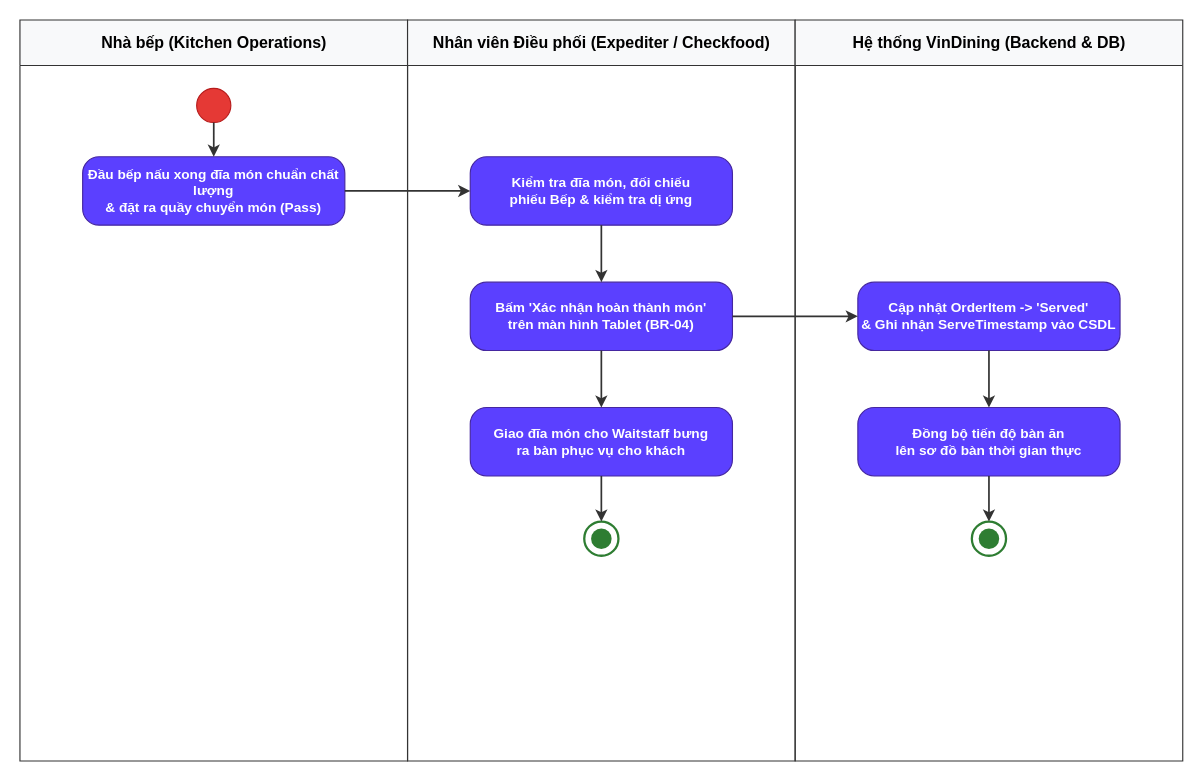
This is docs/phase1/drawio/ad03_serving_confirmation.drawio from AndrewQng/VinDining, a draw.io file, before an edit. Source tidied: cells renumbered, new cells numbered last; positions are measured from the earlier drawing's top-left corner, leaving out a move shared by most shapes. Both pictures are drawn from the tidied source at 114%, with x=0, y=0 at pixel (19, 19).
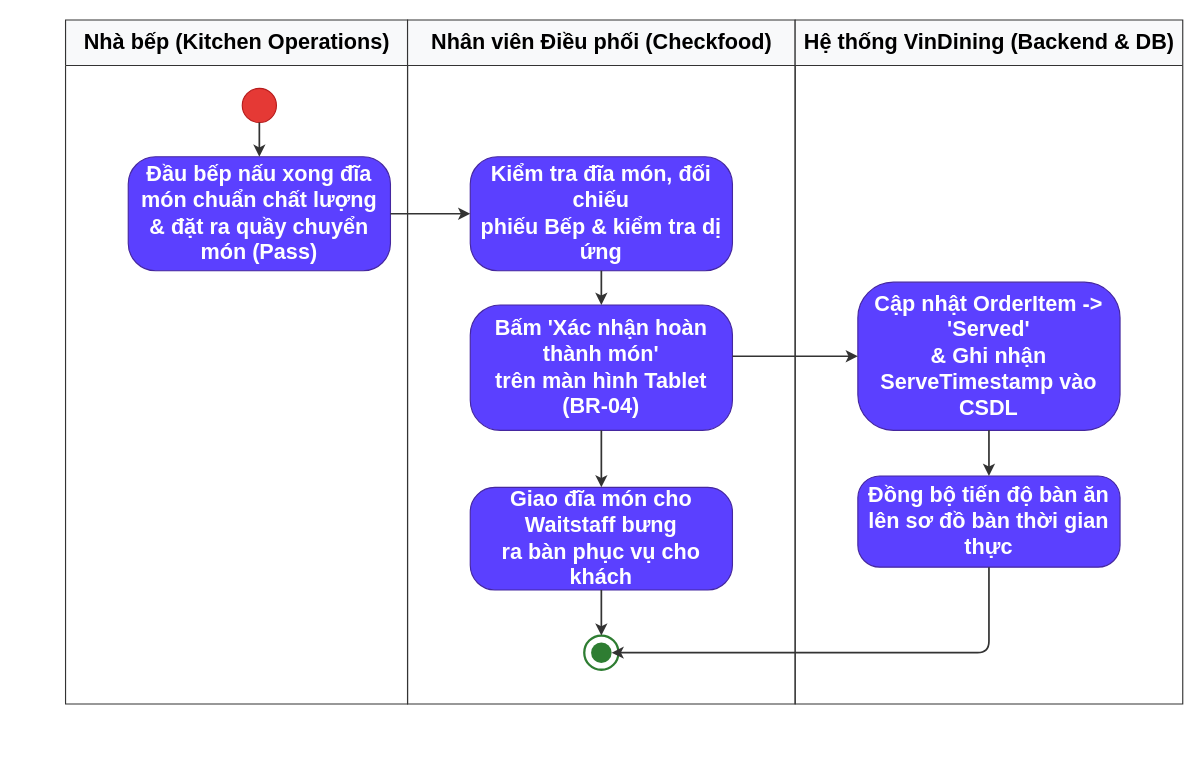
Above is the later version.

Change to the diagram source:
```diff
@@
-    <mxCell id="2" value="Nhà bếp (Kitchen Operations)" style="swimlane;html=1;startSize=40;horizontal=1;fontStyle=1;fontSize=14;align=center;verticalAlign=middle;fillColor=#f8f9fa;strokeColor=#333333;swimlaneLine=1;" parent="1" vertex="1">
-      <mxGeometry width="340" height="650" as="geometry" />
+    <mxCell id="2" value="Nhà bếp (Kitchen Operations)" style="swimlane;html=1;startSize=40;horizontal=1;fontStyle=1;fontSize=19;align=center;verticalAlign=middle;fillColor=#f8f9fa;strokeColor=#333333;swimlaneLine=1;" parent="1" vertex="1">
+      <mxGeometry x="40" width="300" height="600" as="geometry" />
     </mxCell>
-    <mxCell id="3" value="Nhân viên Điều phối (Expediter / Checkfood)" style="swimlane;html=1;startSize=40;horizontal=1;fontStyle=1;fontSize=14;align=center;verticalAlign=middle;fillColor=#f8f9fa;strokeColor=#333333;swimlaneLine=1;" parent="1" vertex="1">
-      <mxGeometry x="340" width="340" height="650" as="geometry" />
-    </mxCell>
-    <mxCell id="4" value="Hệ thống VinDining (Backend &amp; DB)" style="swimlane;html=1;startSize=40;horizontal=1;fontStyle=1;fontSize=14;align=center;verticalAlign=middle;fillColor=#f8f9fa;strokeColor=#333333;swimlaneLine=1;" parent="1" vertex="1">
-      <mxGeometry x="680" width="340" height="650" as="geometry" />
-    </mxCell>
-    <mxCell id="5" style="ellipse;whiteSpace=wrap;html=1;fillColor=#e53935;strokeColor=#b71c1c;" parent="2" vertex="1">
+    <mxCell id="5" style="ellipse;whiteSpace=wrap;html=1;fillColor=#e53935;strokeColor=#b71c1c;fontSize=19;" parent="2" vertex="1">
       <mxGeometry x="155" y="60" width="30" height="30" as="geometry" />
     </mxCell>
-    <mxCell id="6" value="Đầu bếp nấu xong đĩa món chuẩn chất lượng&#10;&amp; đặt ra quầy chuyển món (Pass)" style="rounded=1;arcSize=24;whiteSpace=wrap;html=1;fillColor=#5b40ff;strokeColor=#4527a0;fontColor=#ffffff;fontStyle=1;fontSize=12;align=center;verticalAlign=middle;" parent="2" vertex="1">
-      <mxGeometry x="55" y="120" width="230" height="60" as="geometry" />
+    <mxCell id="6" value="Đầu bếp nấu xong đĩa món chuẩn chất lượng&#10;&amp;amp; đặt ra quầy chuyển món (Pass)" style="rounded=1;arcSize=24;whiteSpace=wrap;html=1;fillColor=#5b40ff;strokeColor=#4527a0;fontColor=#ffffff;fontStyle=1;fontSize=19;align=center;verticalAlign=middle;" parent="2" vertex="1">
+      <mxGeometry x="55" y="120" width="230" height="100" as="geometry" />
     </mxCell>
+    <mxCell id="3" value="Nhân viên Điều phối (Checkfood)" style="swimlane;html=1;startSize=40;horizontal=1;fontStyle=1;fontSize=19;align=center;verticalAlign=middle;fillColor=#f8f9fa;strokeColor=#333333;swimlaneLine=1;" parent="1" vertex="1">
+      <mxGeometry x="340" width="340" height="600" as="geometry" />
+    </mxCell>
-    <mxCell id="7" value="Kiểm tra đĩa món, đối chiếu&#10;phiếu Bếp &amp; kiểm tra dị ứng" style="rounded=1;arcSize=24;whiteSpace=wrap;html=1;fillColor=#5b40ff;strokeColor=#4527a0;fontColor=#ffffff;fontStyle=1;fontSize=12;align=center;verticalAlign=middle;" parent="3" vertex="1">
-      <mxGeometry x="55" y="120" width="230" height="60" as="geometry" />
+    <mxCell id="7" value="Kiểm tra đĩa món, đối chiếu&#10;phiếu Bếp &amp;amp; kiểm tra dị ứng" style="rounded=1;arcSize=24;whiteSpace=wrap;html=1;fillColor=#5b40ff;strokeColor=#4527a0;fontColor=#ffffff;fontStyle=1;fontSize=19;align=center;verticalAlign=middle;" parent="3" vertex="1">
+      <mxGeometry x="55" y="120" width="230" height="100" as="geometry" />
     </mxCell>
-    <mxCell id="8" value="Bấm 'Xác nhận hoàn thành món'&#10;trên màn hình Tablet (BR-04)" style="rounded=1;arcSize=24;whiteSpace=wrap;html=1;fillColor=#5b40ff;strokeColor=#4527a0;fontColor=#ffffff;fontStyle=1;fontSize=12;align=center;verticalAlign=middle;" parent="3" vertex="1">
-      <mxGeometry x="55" y="230" width="230" height="60" as="geometry" />
+    <mxCell id="8" value="Bấm 'Xác nhận hoàn thành món'&#10;trên màn hình Tablet (BR-04)" style="rounded=1;arcSize=24;whiteSpace=wrap;html=1;fillColor=#5b40ff;strokeColor=#4527a0;fontColor=#ffffff;fontStyle=1;fontSize=19;align=center;verticalAlign=middle;" parent="3" vertex="1">
+      <mxGeometry x="55" y="250" width="230" height="110" as="geometry" />
     </mxCell>
-    <mxCell id="9" value="Giao đĩa món cho Waitstaff bưng&#10;ra bàn phục vụ cho khách" style="rounded=1;arcSize=24;whiteSpace=wrap;html=1;fillColor=#5b40ff;strokeColor=#4527a0;fontColor=#ffffff;fontStyle=1;fontSize=12;align=center;verticalAlign=middle;" parent="3" vertex="1">
-      <mxGeometry x="55" y="340" width="230" height="60" as="geometry" />
+    <mxCell id="9" value="Giao đĩa món cho Waitstaff bưng&#10;ra bàn phục vụ cho khách" style="rounded=1;arcSize=24;whiteSpace=wrap;html=1;fillColor=#5b40ff;strokeColor=#4527a0;fontColor=#ffffff;fontStyle=1;fontSize=19;align=center;verticalAlign=middle;" parent="3" vertex="1">
+      <mxGeometry x="55" y="410" width="230" height="90" as="geometry" />
     </mxCell>
-    <mxCell id="10" style="ellipse;whiteSpace=wrap;html=1;fillColor=#ffffff;strokeColor=#2e7d32;strokeWidth=2;" parent="3" vertex="1">
-      <mxGeometry x="155" y="440" width="30" height="30" as="geometry" />
+    <mxCell id="10" style="ellipse;whiteSpace=wrap;html=1;fillColor=#ffffff;strokeColor=#2e7d32;strokeWidth=2;fontSize=19;" parent="3" vertex="1">
+      <mxGeometry x="155" y="540" width="30" height="30" as="geometry" />
     </mxCell>
-    <mxCell id="11" style="ellipse;whiteSpace=wrap;html=1;fillColor=#2e7d32;strokeColor=none;" parent="3" vertex="1">
-      <mxGeometry x="161" y="446" width="18" height="18" as="geometry" />
+    <mxCell id="11" style="ellipse;whiteSpace=wrap;html=1;fillColor=#2e7d32;strokeColor=none;fontSize=19;" parent="3" vertex="1">
+      <mxGeometry x="161" y="546" width="18" height="18" as="geometry" />
     </mxCell>
+    <mxCell id="22" style="edgeStyle=orthogonalEdgeStyle;rounded=1;jettySize=auto;html=1;strokeColor=#333333;strokeWidth=1.5;fontSize=19;fontColor=#333333;" parent="3" edge="1" source="8" target="9">
+      <mxGeometry relative="1" as="geometry" />
+    </mxCell>
+    <mxCell id="23" style="edgeStyle=orthogonalEdgeStyle;rounded=1;jettySize=auto;html=1;strokeColor=#333333;strokeWidth=1.5;fontSize=19;fontColor=#333333;" parent="3" edge="1" source="9" target="10">
+      <mxGeometry relative="1" as="geometry" />
+    </mxCell>
+    <mxCell id="4" value="Hệ thống VinDining (Backend &amp;amp; DB)" style="swimlane;html=1;startSize=40;horizontal=1;fontStyle=1;fontSize=19;align=center;verticalAlign=middle;fillColor=#f8f9fa;strokeColor=#333333;swimlaneLine=1;" parent="1" vertex="1">
+      <mxGeometry x="680" width="340" height="600" as="geometry" />
+    </mxCell>
-    <mxCell id="12" value="Cập nhật OrderItem -&gt; 'Served'&#10;&amp; Ghi nhận ServeTimestamp vào CSDL" style="rounded=1;arcSize=24;whiteSpace=wrap;html=1;fillColor=#5b40ff;strokeColor=#4527a0;fontColor=#ffffff;fontStyle=1;fontSize=12;align=center;verticalAlign=middle;" parent="4" vertex="1">
-      <mxGeometry x="55" y="230" width="230" height="60" as="geometry" />
+    <mxCell id="12" value="Cập nhật OrderItem -&amp;gt; 'Served'&#10;&amp;amp; Ghi nhận ServeTimestamp vào CSDL" style="rounded=1;arcSize=24;whiteSpace=wrap;html=1;fillColor=#5b40ff;strokeColor=#4527a0;fontColor=#ffffff;fontStyle=1;fontSize=19;align=center;verticalAlign=middle;" parent="4" vertex="1">
+      <mxGeometry x="55" y="230" width="230" height="130" as="geometry" />
     </mxCell>
-    <mxCell id="13" value="Đồng bộ tiến độ bàn ăn&#10;lên sơ đồ bàn thời gian thực" style="rounded=1;arcSize=24;whiteSpace=wrap;html=1;fillColor=#5b40ff;strokeColor=#4527a0;fontColor=#ffffff;fontStyle=1;fontSize=12;align=center;verticalAlign=middle;" parent="4" vertex="1">
-      <mxGeometry x="55" y="340" width="230" height="60" as="geometry" />
+    <mxCell id="13" value="Đồng bộ tiến độ bàn ăn&#10;lên sơ đồ bàn thời gian thực" style="rounded=1;arcSize=24;whiteSpace=wrap;html=1;fillColor=#5b40ff;strokeColor=#4527a0;fontColor=#ffffff;fontStyle=1;fontSize=19;align=center;verticalAlign=middle;" parent="4" vertex="1">
+      <mxGeometry x="55" y="400" width="230" height="80" as="geometry" />
     </mxCell>
-    <mxCell id="14" style="ellipse;whiteSpace=wrap;html=1;fillColor=#ffffff;strokeColor=#2e7d32;strokeWidth=2;" parent="4" vertex="1">
-      <mxGeometry x="155" y="440" width="30" height="30" as="geometry" />
-    </mxCell>
-    <mxCell id="15" style="ellipse;whiteSpace=wrap;html=1;fillColor=#2e7d32;strokeColor=none;" parent="4" vertex="1">
-      <mxGeometry x="161" y="446" width="18" height="18" as="geometry" />
-    </mxCell>
-    <mxCell id="16" style="edgeStyle=orthogonalEdgeStyle;rounded=1;jettySize=auto;html=1;strokeColor=#333333;strokeWidth=1.5;fontSize=11;fontColor=#333333;" parent="1" edge="1" source="5" target="6">
+    <mxCell id="16" style="edgeStyle=orthogonalEdgeStyle;rounded=1;jettySize=auto;html=1;strokeColor=#333333;strokeWidth=1.5;fontSize=19;fontColor=#333333;" parent="1" edge="1" source="5" target="6">
       <mxGeometry relative="1" as="geometry" />
     </mxCell>
-    <mxCell id="17" style="edgeStyle=orthogonalEdgeStyle;rounded=1;jettySize=auto;html=1;strokeColor=#333333;strokeWidth=1.5;fontSize=11;fontColor=#333333;" parent="1" edge="1" source="6" target="7">
+    <mxCell id="17" style="edgeStyle=orthogonalEdgeStyle;rounded=1;jettySize=auto;html=1;strokeColor=#333333;strokeWidth=1.5;fontSize=19;fontColor=#333333;" parent="1" edge="1" source="6" target="7">
       <mxGeometry relative="1" as="geometry" />
     </mxCell>
-    <mxCell id="18" style="edgeStyle=orthogonalEdgeStyle;rounded=1;jettySize=auto;html=1;strokeColor=#333333;strokeWidth=1.5;fontSize=11;fontColor=#333333;" parent="1" edge="1" source="7" target="8">
+    <mxCell id="18" style="edgeStyle=orthogonalEdgeStyle;rounded=1;jettySize=auto;html=1;strokeColor=#333333;strokeWidth=1.5;fontSize=19;fontColor=#333333;" parent="1" edge="1" source="7" target="8">
       <mxGeometry relative="1" as="geometry" />
     </mxCell>
-    <mxCell id="19" style="edgeStyle=orthogonalEdgeStyle;rounded=1;jettySize=auto;html=1;strokeColor=#333333;strokeWidth=1.5;fontSize=11;fontColor=#333333;" parent="1" edge="1" source="8" target="12">
-      <mxGeometry relative="1" as="geometry" />
+    <mxCell id="19" style="edgeStyle=orthogonalEdgeStyle;rounded=1;jettySize=auto;html=1;strokeColor=#333333;strokeWidth=1.5;fontSize=19;fontColor=#333333;" parent="1" edge="1" source="8" target="12">
+      <mxGeometry relative="1" as="geometry">
+        <Array as="points">
+          <mxPoint x="660" y="295" />
+          <mxPoint x="660" y="295" />
+        </Array>
+      </mxGeometry>
     </mxCell>
-    <mxCell id="20" style="edgeStyle=orthogonalEdgeStyle;rounded=1;jettySize=auto;html=1;strokeColor=#333333;strokeWidth=1.5;fontSize=11;fontColor=#333333;" parent="1" edge="1" source="12" target="13">
+    <mxCell id="20" style="edgeStyle=orthogonalEdgeStyle;rounded=1;jettySize=auto;html=1;strokeColor=#333333;strokeWidth=1.5;fontSize=19;fontColor=#333333;" parent="1" edge="1" source="12" target="13">
       <mxGeometry relative="1" as="geometry" />
     </mxCell>
-    <mxCell id="21" style="edgeStyle=orthogonalEdgeStyle;rounded=1;jettySize=auto;html=1;strokeColor=#333333;strokeWidth=1.5;fontSize=11;fontColor=#333333;" parent="1" edge="1" source="13" target="14">
-      <mxGeometry relative="1" as="geometry" />
+    <mxCell id="21" style="edgeStyle=orthogonalEdgeStyle;rounded=1;jettySize=auto;html=1;strokeColor=#333333;strokeWidth=1.5;fontSize=19;fontColor=#333333;entryX=1;entryY=0.5;entryDx=0;entryDy=0;" parent="1" edge="1" source="13" target="11">
+      <mxGeometry relative="1" as="geometry">
+        <Array as="points">
+          <mxPoint x="850" y="555" />
+        </Array>
+      </mxGeometry>
     </mxCell>
-    <mxCell id="22" style="edgeStyle=orthogonalEdgeStyle;rounded=1;jettySize=auto;html=1;strokeColor=#333333;strokeWidth=1.5;fontSize=11;fontColor=#333333;" parent="1" edge="1" source="8" target="9">
-      <mxGeometry relative="1" as="geometry" />
-    </mxCell>
-    <mxCell id="23" style="edgeStyle=orthogonalEdgeStyle;rounded=1;jettySize=auto;html=1;strokeColor=#333333;strokeWidth=1.5;fontSize=11;fontColor=#333333;" parent="1" edge="1" source="9" target="10">
-      <mxGeometry relative="1" as="geometry" />
-    </mxCell>
```
